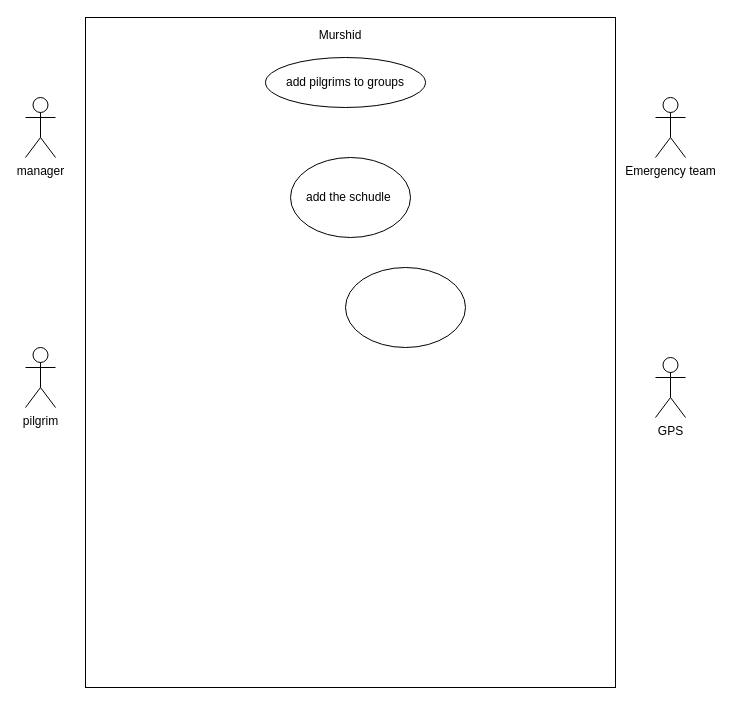
FatimaAlessa/CPIT251lab keeps this draw.io diagram as lab5.drawio. Above is the earlier version. Source tidied: cells renumbered, new cells numbered last; positions are measured from the earlier drawing's top-left corner, leaving out a move shared by most shapes. Both pictures are drawn from the tidied source at 100%, with x=0, y=0 at pixel (25, 17).
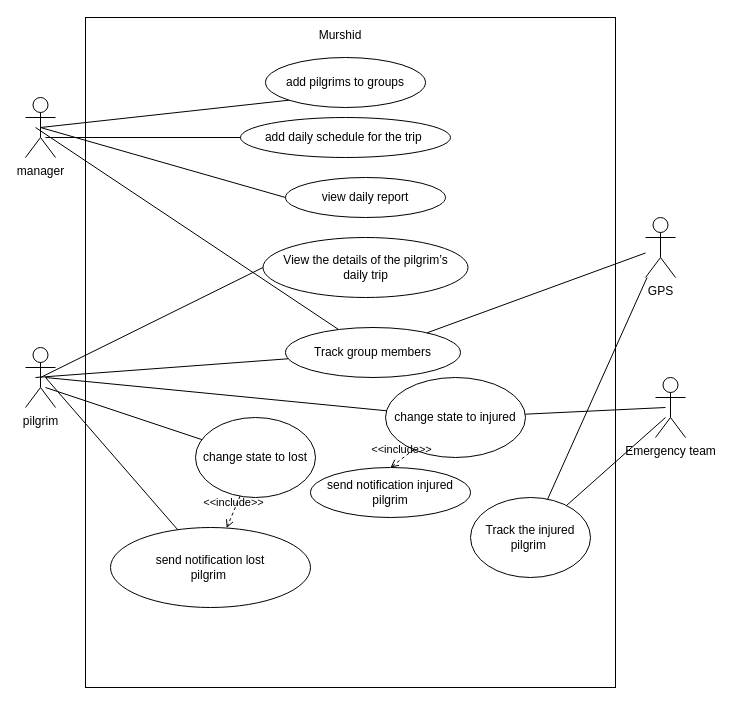
After the change.

The change refers to these unchanged cells:
```xml
<mxCell id="4" value="manager" style="shape=umlActor;verticalLabelPosition=bottom;verticalAlign=top;html=1;outlineConnect=0;" parent="1" vertex="1">
  <mxGeometry y="80" width="30" height="60" as="geometry" />
</mxCell>
<mxCell id="5" value="pilgrim" style="shape=umlActor;verticalLabelPosition=bottom;verticalAlign=top;html=1;outlineConnect=0;" parent="1" vertex="1">
  <mxGeometry y="330" width="30" height="60" as="geometry" />
</mxCell>
<mxCell id="8" value="add pilgrims to groups" style="ellipse;whiteSpace=wrap;html=1;" parent="1" vertex="1">
  <mxGeometry x="240" y="40" width="160" height="50" as="geometry" />
</mxCell>
```

The edit, as a diff of the source:
```diff
@@
     <mxCell id="6" value="Emergency team" style="shape=umlActor;verticalLabelPosition=bottom;verticalAlign=top;html=1;" parent="1" vertex="1">
-      <mxGeometry x="630" y="80" width="30" height="60" as="geometry" />
+      <mxGeometry x="630" y="360" width="30" height="60" as="geometry" />
     </mxCell>
     <mxCell id="7" value="GPS" style="shape=umlActor;verticalLabelPosition=bottom;verticalAlign=top;html=1;outlineConnect=0;" parent="1" vertex="1">
-      <mxGeometry x="630" y="340" width="30" height="60" as="geometry" />
+      <mxGeometry x="620" y="200" width="30" height="60" as="geometry" />
     </mxCell>
@@
-    <mxCell id="9" value="add the schudle&amp;nbsp;" style="ellipse;whiteSpace=wrap;html=1;" parent="1" vertex="1">
-      <mxGeometry x="265" y="140" width="120" height="80" as="geometry" />
+    <mxCell id="9" value="add daily schedule for the trip&amp;nbsp;" style="ellipse;whiteSpace=wrap;html=1;" parent="1" vertex="1">
+      <mxGeometry x="215" y="100" width="210" height="40" as="geometry" />
     </mxCell>
-    <mxCell id="10" style="ellipse;whiteSpace=wrap;html=1;" parent="1" vertex="1">
-      <mxGeometry x="320" y="250" width="120" height="80" as="geometry" />
+    <mxCell id="10" value="view daily report" style="ellipse;whiteSpace=wrap;html=1;" parent="1" vertex="1">
+      <mxGeometry x="260" y="160" width="160" height="40" as="geometry" />
     </mxCell>
+    <mxCell id="11" value="View the details of the pilgrim’s&lt;br/&gt;daily trip" style="ellipse;whiteSpace=wrap;html=1;" parent="1" vertex="1">
+      <mxGeometry x="237.5" y="220" width="205" height="60" as="geometry" />
+    </mxCell>
+    <mxCell id="12" style="endArrow=none;html=1;rounded=0;entryX=0;entryY=1;entryDx=0;entryDy=0;exitX=0.5;exitY=0.5;exitDx=0;exitDy=0;exitPerimeter=0;" parent="1" edge="1" source="4" target="8">
+      <mxGeometry relative="1" as="geometry" />
+    </mxCell>
+    <mxCell id="13" style="endArrow=none;html=1;rounded=0;" parent="1" edge="1" target="9">
+      <mxGeometry relative="1" as="geometry">
+        <mxPoint x="20" y="120" as="sourcePoint" />
+      </mxGeometry>
+    </mxCell>
+    <mxCell id="14" style="endArrow=none;html=1;rounded=0;exitX=0.5;exitY=0.5;exitDx=0;exitDy=0;exitPerimeter=0;entryX=0;entryY=0.5;entryDx=0;entryDy=0;" parent="1" edge="1" source="4" target="10">
+      <mxGeometry relative="1" as="geometry" />
+    </mxCell>
+    <mxCell id="15" style="endArrow=none;html=1;rounded=0;exitX=0.5;exitY=0.5;exitDx=0;exitDy=0;exitPerimeter=0;entryX=0;entryY=0.5;entryDx=0;entryDy=0;" parent="1" edge="1" source="5" target="11">
+      <mxGeometry relative="1" as="geometry" />
+    </mxCell>
+    <mxCell id="16" value="Track group members" style="ellipse;whiteSpace=wrap;html=1;" parent="1" vertex="1">
+      <mxGeometry x="260" y="310" width="175" height="50" as="geometry" />
+    </mxCell>
+    <mxCell id="17" value="change state to lost" style="ellipse;whiteSpace=wrap;html=1;" parent="1" vertex="1">
+      <mxGeometry x="170" y="400" width="120" height="80" as="geometry" />
+    </mxCell>
+    <mxCell id="18" value="send notification lost&lt;br&gt;pilgrim&amp;nbsp;" style="ellipse;whiteSpace=wrap;html=1;" parent="1" vertex="1">
+      <mxGeometry x="85" y="510" width="200" height="80" as="geometry" />
+    </mxCell>
+    <mxCell id="19" value="Track the injured&lt;br/&gt;pilgrim&amp;nbsp;" style="ellipse;whiteSpace=wrap;html=1;" parent="1" vertex="1">
+      <mxGeometry x="445" y="480" width="120" height="80" as="geometry" />
+    </mxCell>
+    <mxCell id="20" value="change state to injured" style="ellipse;whiteSpace=wrap;html=1;" parent="1" vertex="1">
+      <mxGeometry x="360" y="360" width="140" height="80" as="geometry" />
+    </mxCell>
+    <mxCell id="21" value="&amp;lt;&amp;lt;include&amp;gt;&amp;gt;" style="html=1;verticalAlign=bottom;labelBackgroundColor=none;endArrow=open;endFill=0;dashed=1;rounded=0;" parent="1" edge="1" source="17" target="18">
+      <mxGeometry relative="1" as="geometry" />
+    </mxCell>
+    <mxCell id="22" value="&amp;lt;&amp;lt;include&amp;gt;&amp;gt;" style="html=1;verticalAlign=bottom;labelBackgroundColor=none;endArrow=open;endFill=0;dashed=1;rounded=0;entryX=0.5;entryY=0;entryDx=0;entryDy=0;" parent="1" edge="1" source="20" target="23">
+      <mxGeometry relative="1" as="geometry" />
+    </mxCell>
+    <mxCell id="23" value="send notification injured&lt;br&gt;pilgrim" style="ellipse;whiteSpace=wrap;html=1;" parent="1" vertex="1">
+      <mxGeometry x="285" y="450" width="160" height="50" as="geometry" />
+    </mxCell>
+    <mxCell id="24" style="endArrow=none;html=1;rounded=0;" parent="1" edge="1" target="16">
+      <mxGeometry relative="1" as="geometry">
+        <mxPoint x="10" y="360" as="sourcePoint" />
+      </mxGeometry>
+    </mxCell>
+    <mxCell id="25" style="endArrow=none;html=1;rounded=0;" parent="1" edge="1" source="16">
+      <mxGeometry relative="1" as="geometry">
+        <mxPoint x="10" y="110" as="targetPoint" />
+      </mxGeometry>
+    </mxCell>
+    <mxCell id="26" style="endArrow=none;html=1;rounded=0;" parent="1" edge="1" source="16" target="7">
+      <mxGeometry relative="1" as="geometry" />
+    </mxCell>
+    <mxCell id="27" style="endArrow=none;html=1;rounded=0;" parent="1" edge="1" source="17">
+      <mxGeometry relative="1" as="geometry">
+        <mxPoint x="20" y="370" as="targetPoint" />
+      </mxGeometry>
+    </mxCell>
+    <mxCell id="28" style="endArrow=none;html=1;rounded=0;" parent="1" edge="1" source="19">
+      <mxGeometry relative="1" as="geometry">
+        <mxPoint x="640" y="400" as="targetPoint" />
+      </mxGeometry>
+    </mxCell>
+    <mxCell id="29" style="endArrow=none;html=1;rounded=0;" parent="1" edge="1" source="18">
+      <mxGeometry relative="1" as="geometry">
+        <mxPoint x="20" y="360" as="targetPoint" />
+      </mxGeometry>
+    </mxCell>
+    <mxCell id="30" style="endArrow=none;html=1;rounded=0;" parent="1" edge="1" source="20">
+      <mxGeometry relative="1" as="geometry">
+        <mxPoint x="640" y="390" as="targetPoint" />
+      </mxGeometry>
+    </mxCell>
+    <mxCell id="31" style="endArrow=none;html=1;rounded=0;" parent="1" edge="1" source="19" target="7">
+      <mxGeometry relative="1" as="geometry" />
+    </mxCell>
+    <mxCell id="32" style="endArrow=none;html=1;rounded=0;" parent="1" edge="1" source="20">
+      <mxGeometry relative="1" as="geometry">
+        <mxPoint x="20" y="360" as="targetPoint" />
+      </mxGeometry>
+    </mxCell>
```
